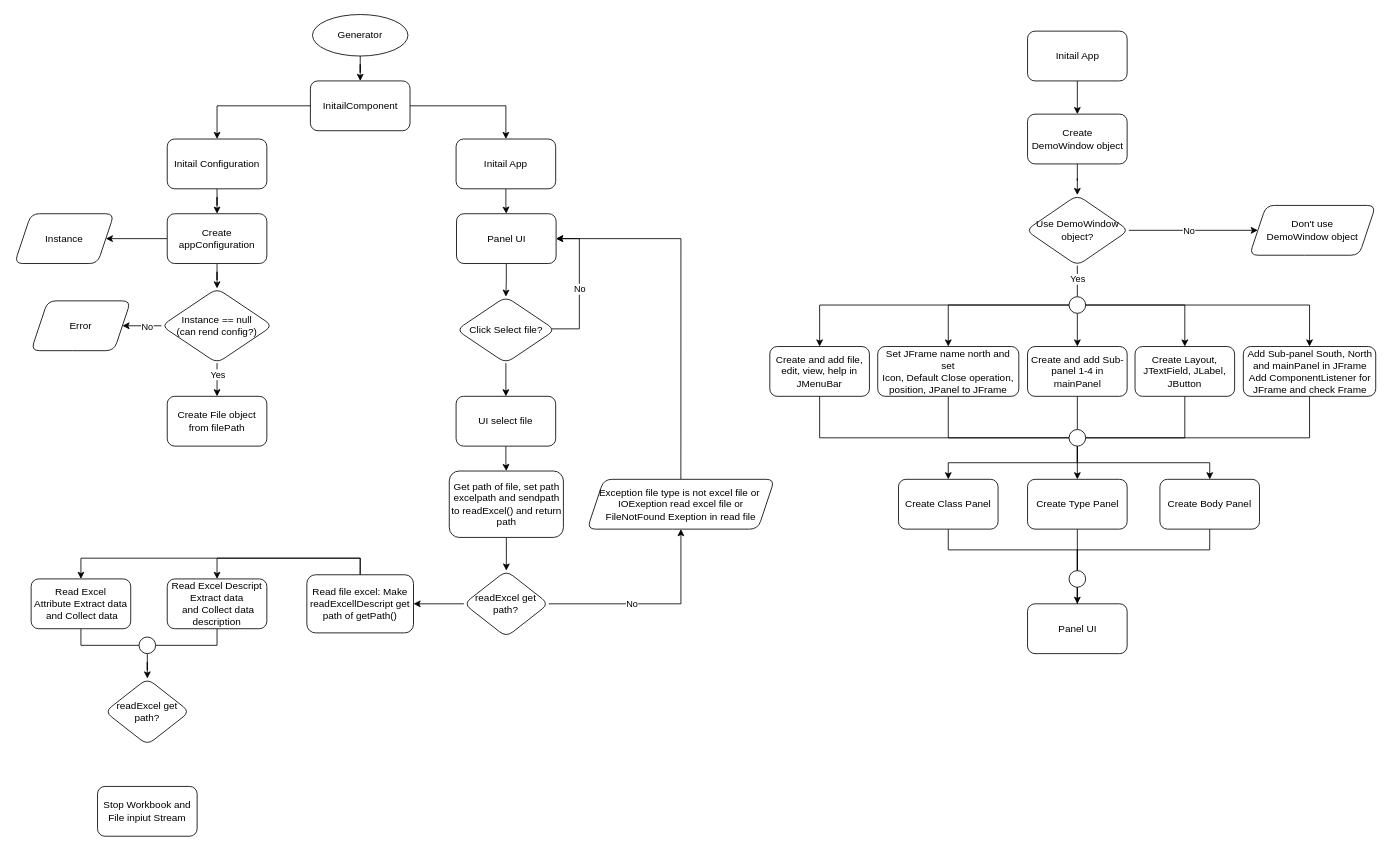
Before: Untitled Diagram.drawio in MangkhaletSuad/MangkhaletSuad, a draw.io diagram. Source tidied: cells renumbered, new cells numbered last; positions are measured from the earlier drawing's top-left corner, leaving out a move shared by most shapes. Both pictures are drawn from the tidied source at 83%, with x=0, y=0 at pixel (14, 14).
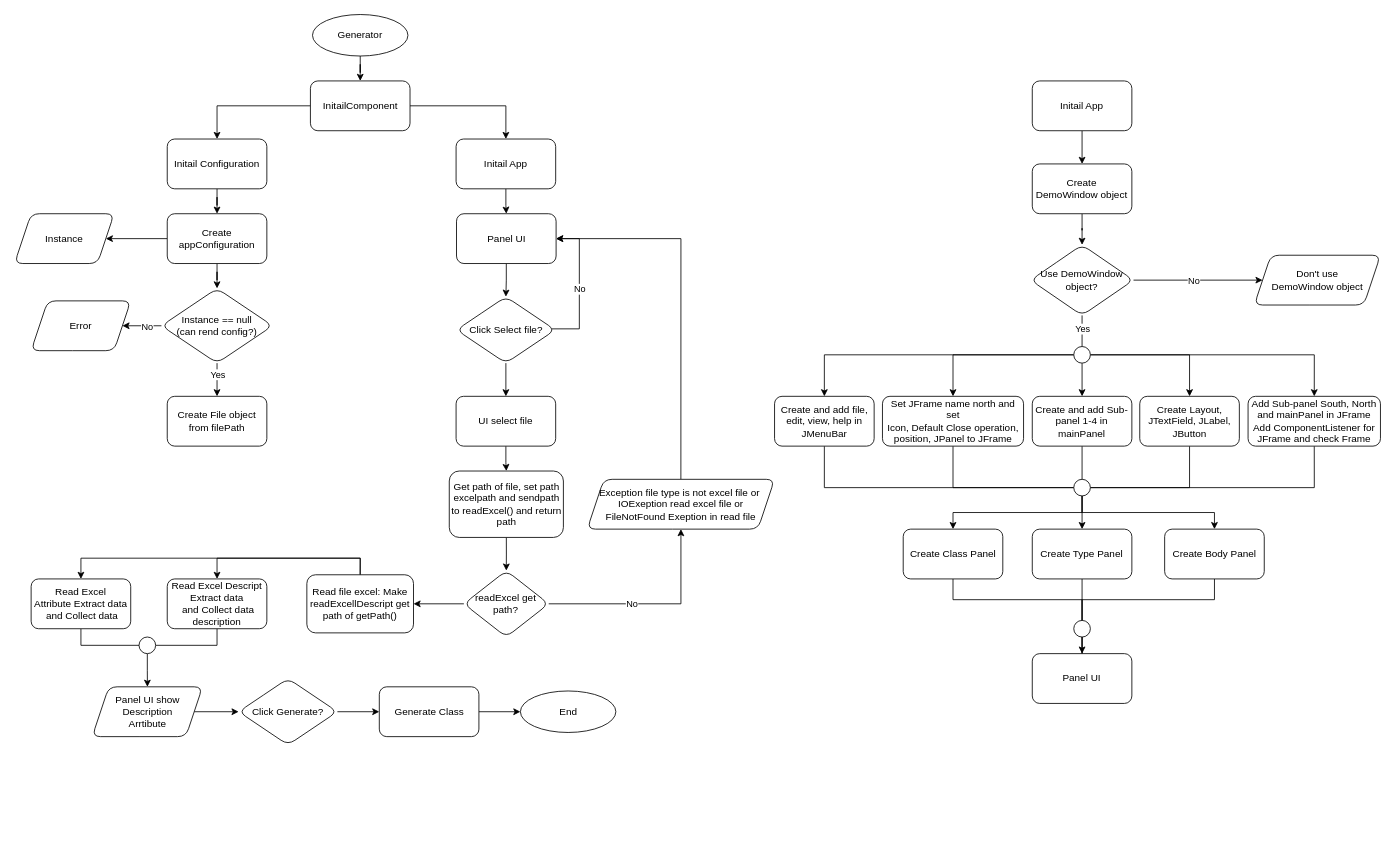
The same diagram, later.

Unchanged cells that the change refers to:
```xml
<mxCell id="85" style="ellipse;whiteSpace=wrap;html=1;" parent="1" vertex="1">
  <mxGeometry x="150" y="750" width="20" height="20" as="geometry" />
</mxCell>
```

Diff of the diagram source:
```diff
@@
     <mxCell id="23" value="Create&lt;br&gt;DemoWindow object" style="rounded=1;whiteSpace=wrap;html=1;" parent="1" vertex="1">
-      <mxGeometry x="1220.5" y="120" width="120" height="60" as="geometry" />
+      <mxGeometry x="1226.2" y="180" width="120" height="60" as="geometry" />
     </mxCell>
@@
     <mxCell id="26" value="Use DemoWindow object?" style="rhombus;whiteSpace=wrap;html=1;rounded=1;" parent="1" vertex="1">
-      <mxGeometry x="1218.5" y="217.5" width="124" height="85" as="geometry" />
+      <mxGeometry x="1224.2" y="277.5" width="124" height="85" as="geometry" />
     </mxCell>
     <mxCell id="27" value="Don't use &lt;br&gt;DemoWindow object" style="shape=parallelogram;perimeter=parallelogramPerimeter;whiteSpace=wrap;html=1;fixedSize=1;rounded=1;" parent="1" vertex="1">
-      <mxGeometry x="1488" y="230" width="152" height="60" as="geometry" />
+      <mxGeometry x="1493.7" y="290" width="152" height="60" as="geometry" />
     </mxCell>
@@
     <mxCell id="29" value="Create and add file, edit, view, help in JMenuBar" style="rounded=1;whiteSpace=wrap;html=1;" parent="1" vertex="1">
-      <mxGeometry x="910" y="400" width="120" height="60" as="geometry" />
+      <mxGeometry x="915.7" y="460" width="120" height="60" as="geometry" />
     </mxCell>
     <mxCell id="30" style="edgeStyle=orthogonalEdgeStyle;rounded=0;jettySize=auto;html=1;entryX=0;entryY=0.5;entryDx=0;entryDy=0;endArrow=none;endFill=0;" parent="1" edge="1" source="31" target="51">
       <mxGeometry relative="1" as="geometry">
         <Array as="points">
-          <mxPoint x="1125" y="510" />
+          <mxPoint x="1130.7" y="570" />
         </Array>
       </mxGeometry>
     </mxCell>
     <mxCell id="31" value="Set JFrame name north and set &lt;br&gt;Icon, Default Close operation, position, JPanel to JFrame" style="whiteSpace=wrap;html=1;rounded=1;align=center;" parent="1" vertex="1">
-      <mxGeometry x="1040" y="400" width="170" height="60" as="geometry" />
+      <mxGeometry x="1045.7" y="460" width="170" height="60" as="geometry" />
     </mxCell>
@@
     <mxCell id="34" style="edgeStyle=orthogonalEdgeStyle;rounded=0;jettySize=auto;html=1;endArrow=none;endFill=0;" parent="1" edge="1" source="26" target="41">
       <mxGeometry relative="1" as="geometry">
         <Array as="points">
-          <mxPoint x="1281" y="350" />
+          <mxPoint x="1286.7" y="410" />
         </Array>
       </mxGeometry>
     </mxCell>
@@
     <mxCell id="41" style="ellipse;whiteSpace=wrap;html=1;" parent="1" vertex="1">
-      <mxGeometry x="1270.5" y="340" width="20" height="20" as="geometry" />
+      <mxGeometry x="1276.2" y="400" width="20" height="20" as="geometry" />
     </mxCell>
@@
     <mxCell id="43" value="Create and add Sub-panel 1-4 in mainPanel" style="rounded=1;whiteSpace=wrap;html=1;" parent="1" vertex="1">
-      <mxGeometry x="1220.5" y="400" width="120" height="60" as="geometry" />
+      <mxGeometry x="1226.2" y="460" width="120" height="60" as="geometry" />
     </mxCell>
@@
     <mxCell id="45" value="Create Layout, JTextField, JLabel, JButton" style="rounded=1;whiteSpace=wrap;html=1;" parent="1" vertex="1">
-      <mxGeometry x="1350" y="400" width="120" height="60" as="geometry" />
+      <mxGeometry x="1355.7" y="460" width="120" height="60" as="geometry" />
     </mxCell>
@@
     <mxCell id="47" value="Add Sub-panel South, North and mainPanel in JFrame&lt;br&gt;Add ComponentListener for JFrame and check Frame" style="rounded=1;whiteSpace=wrap;html=1;" parent="1" vertex="1">
-      <mxGeometry x="1480.5" y="400" width="159.5" height="60" as="geometry" />
+      <mxGeometry x="1486.2" y="460" width="159.5" height="60" as="geometry" />
     </mxCell>
@@
     <mxCell id="51" style="ellipse;whiteSpace=wrap;html=1;" parent="1" vertex="1">
-      <mxGeometry x="1270.5" y="500" width="20" height="20" as="geometry" />
+      <mxGeometry x="1276.2" y="560" width="20" height="20" as="geometry" />
     </mxCell>
@@
     <mxCell id="63" value="Create Class Panel" style="rounded=1;whiteSpace=wrap;html=1;" parent="1" vertex="1">
-      <mxGeometry x="1065" y="560" width="120" height="60" as="geometry" />
+      <mxGeometry x="1070.7" y="620" width="120" height="60" as="geometry" />
     </mxCell>
@@
     <mxCell id="65" value="Create Type Panel" style="rounded=1;whiteSpace=wrap;html=1;" parent="1" vertex="1">
-      <mxGeometry x="1220.5" y="560" width="120" height="60" as="geometry" />
+      <mxGeometry x="1226.2" y="620" width="120" height="60" as="geometry" />
     </mxCell>
@@
     <mxCell id="67" value="Create Body Panel" style="rounded=1;whiteSpace=wrap;html=1;" parent="1" vertex="1">
-      <mxGeometry x="1380" y="560" width="120" height="60" as="geometry" />
+      <mxGeometry x="1385.7" y="620" width="120" height="60" as="geometry" />
     </mxCell>
@@
     <mxCell id="69" style="ellipse;whiteSpace=wrap;html=1;" parent="1" vertex="1">
-      <mxGeometry x="1270.5" y="670" width="20" height="20" as="geometry" />
+      <mxGeometry x="1276.2" y="730" width="20" height="20" as="geometry" />
     </mxCell>
@@
     <mxCell id="75" value="Initail App" style="rounded=1;whiteSpace=wrap;html=1;" parent="1" vertex="1">
-      <mxGeometry x="1220.5" y="20" width="120" height="60" as="geometry" />
+      <mxGeometry x="1226.2" y="80" width="120" height="60" as="geometry" />
     </mxCell>
     <mxCell id="76" value="Panel UI" style="rounded=1;whiteSpace=wrap;html=1;" parent="1" vertex="1">
-      <mxGeometry x="1220.5" y="710" width="120" height="60" as="geometry" />
+      <mxGeometry x="1226.2" y="770" width="120" height="60" as="geometry" />
     </mxCell>
@@
-    <mxCell id="84" style="edgeStyle=orthogonalEdgeStyle;rounded=0;jettySize=auto;html=1;endArrow=classic;endFill=1;" parent="1" edge="1" source="85" target="87">
-      <mxGeometry relative="1" as="geometry" />
-    </mxCell>
+    <mxCell id="88" style="edgeStyle=orthogonalEdgeStyle;rounded=0;jettySize=auto;html=1;" parent="1" edge="1" source="85" target="94">
+      <mxGeometry relative="1" as="geometry" />
+    </mxCell>
@@
-    <mxCell id="86" value="Stop Workbook and File inpiut Stream" style="rounded=1;whiteSpace=wrap;html=1;" parent="1" vertex="1">
-      <mxGeometry x="100" y="930" width="120" height="60" as="geometry" />
-    </mxCell>
-    <mxCell id="87" value="readExcel get path?" style="rhombus;whiteSpace=wrap;html=1;rounded=1;" parent="1" vertex="1">
-      <mxGeometry x="108.9" y="800" width="102.2" height="80" as="geometry" />
-    </mxCell>
+    <mxCell id="89" style="edgeStyle=orthogonalEdgeStyle;rounded=0;jettySize=auto;html=1;" parent="1" edge="1" source="90" target="92">
+      <mxGeometry relative="1" as="geometry" />
+    </mxCell>
+    <mxCell id="90" value="Click Generate?" style="rhombus;whiteSpace=wrap;html=1;rounded=1;" parent="1" vertex="1">
+      <mxGeometry x="270" y="800" width="119" height="80" as="geometry" />
+    </mxCell>
+    <mxCell id="91" style="edgeStyle=orthogonalEdgeStyle;rounded=0;jettySize=auto;html=1;" parent="1" edge="1" source="92" target="95">
+      <mxGeometry relative="1" as="geometry" />
+    </mxCell>
+    <mxCell id="92" value="Generate Class" style="rounded=1;whiteSpace=wrap;html=1;" parent="1" vertex="1">
+      <mxGeometry x="439.5" y="810" width="120" height="60" as="geometry" />
+    </mxCell>
+    <mxCell id="93" style="edgeStyle=orthogonalEdgeStyle;rounded=0;jettySize=auto;html=1;" parent="1" edge="1" source="94" target="90">
+      <mxGeometry relative="1" as="geometry" />
+    </mxCell>
+    <mxCell id="94" value="Panel UI show&lt;br&gt;Description&lt;br&gt;Arrtibute" style="shape=parallelogram;perimeter=parallelogramPerimeter;whiteSpace=wrap;html=1;fixedSize=1;rounded=1;" parent="1" vertex="1">
+      <mxGeometry x="93.6" y="810" width="132.9" height="60" as="geometry" />
+    </mxCell>
+    <mxCell id="95" value="End&lt;br&gt;" style="ellipse;whiteSpace=wrap;html=1;" parent="1" vertex="1">
+      <mxGeometry x="609.5" y="815" width="115" height="50" as="geometry" />
+    </mxCell>
```
